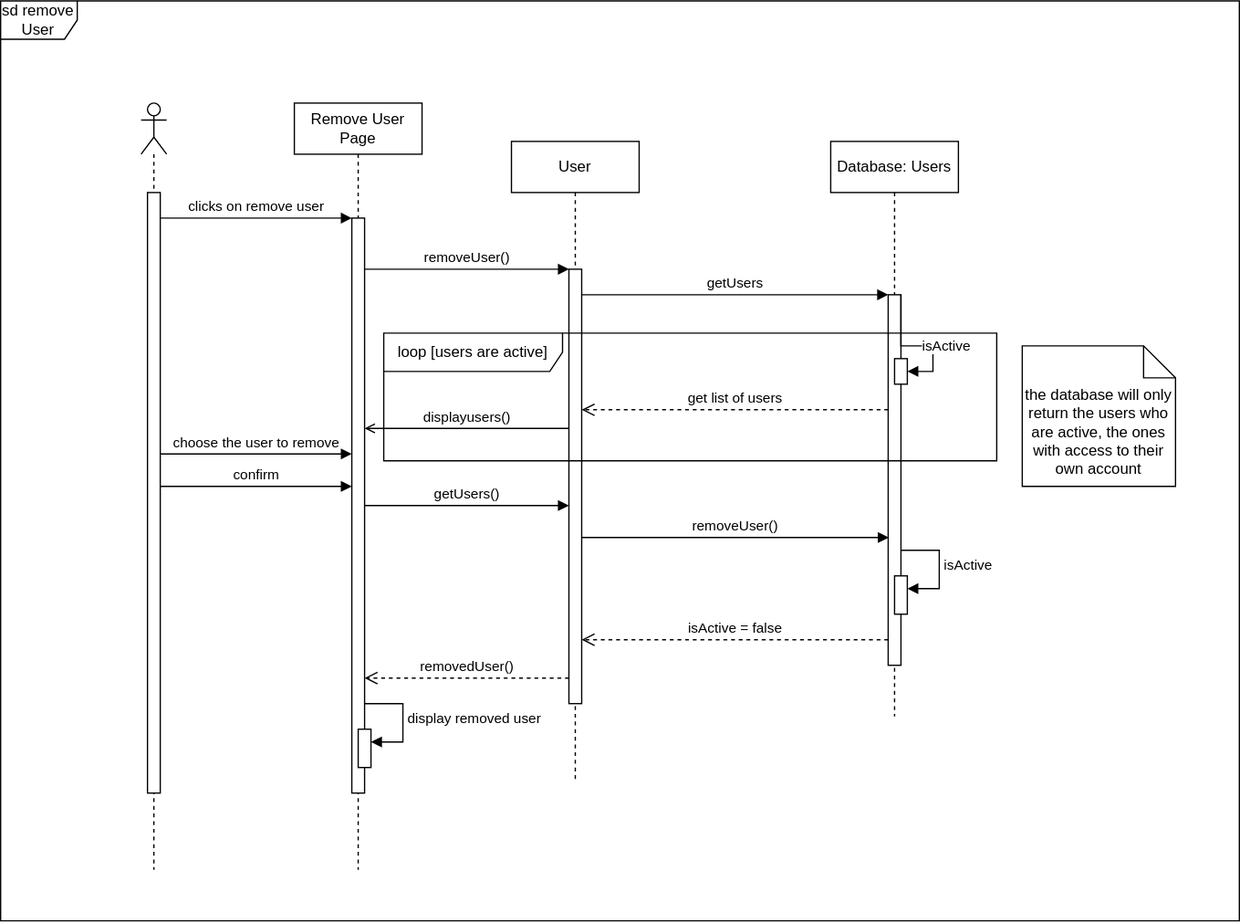
Earlier version of the draw.io export Deliverable 3/RemoveUserUser.drawio.svg (JuicyJ4Y0/Team17Deliverables). Source tidied: cells renumbered, new cells last; positions are measured from the earlier drawing's top-left corner, leaving out a move shared by most shapes.
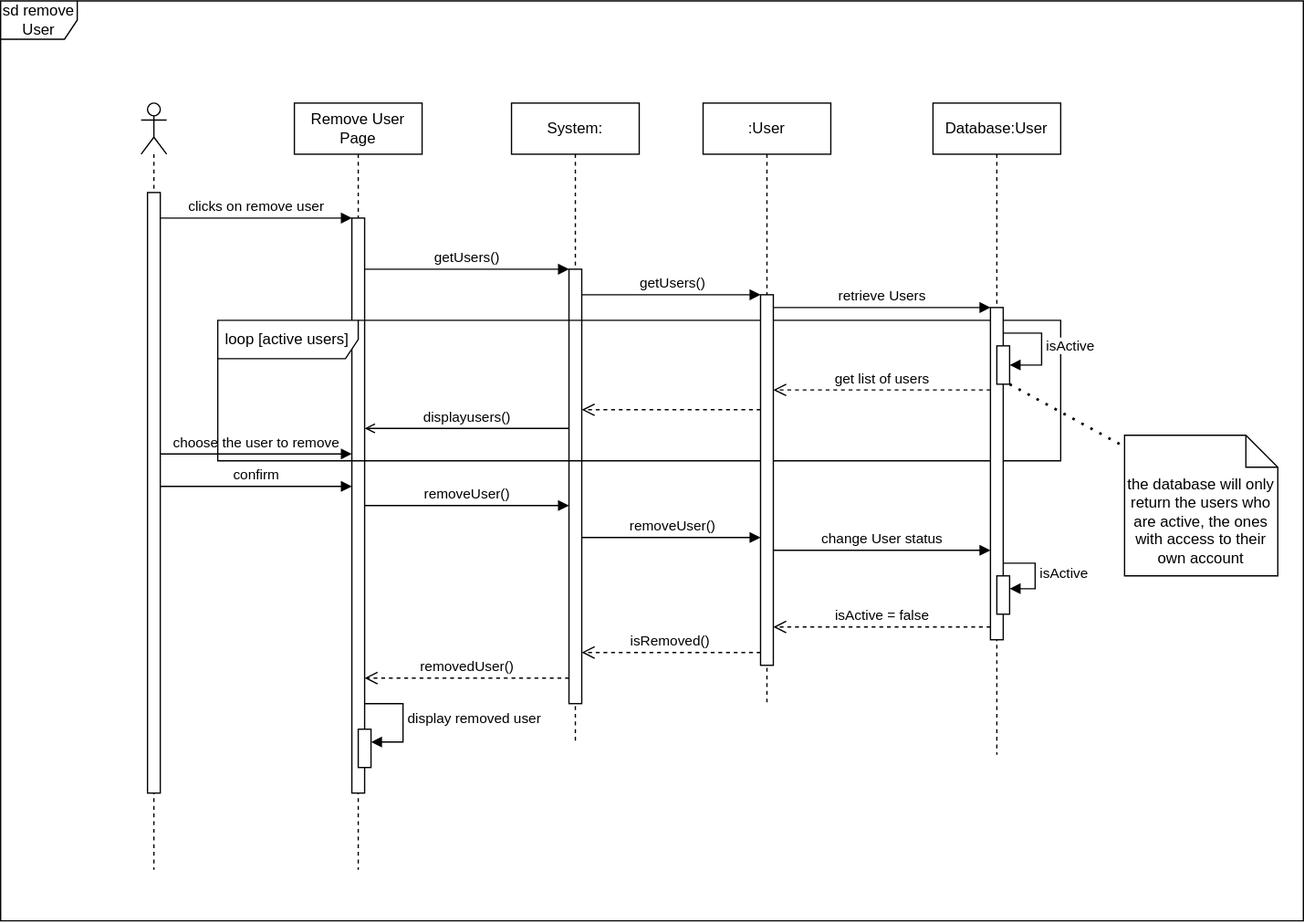
The same diagram one commit later.

Commit message:
added the system object and fixed

Change to the diagram source:
```diff
@@ -14,64 +14,34 @@
     <mxCell id="5" style="html=1;points=[[0,0,0,0,5],[0,1,0,0,-5],[1,0,0,0,5],[1,1,0,0,-5]];perimeter=orthogonalPerimeter;outlineConnect=0;targetShapes=umlLifeline;portConstraint=eastwest;newEdgeStyle={&quot;curved&quot;:0,&quot;rounded&quot;:0};" parent="4" vertex="1">
       <mxGeometry x="45" y="90" width="10" height="450" as="geometry" />
     </mxCell>
-    <mxCell id="6" value="User" style="shape=umlLifeline;perimeter=lifelinePerimeter;whiteSpace=wrap;html=1;newEdgeStyle={&quot;curved&quot;:0,&quot;rounded&quot;:0};" parent="1" vertex="1">
-      <mxGeometry x="400" y="110" width="100" height="500" as="geometry" />
+    <mxCell id="6" value="System:" style="shape=umlLifeline;perimeter=lifelinePerimeter;whiteSpace=wrap;html=1;newEdgeStyle={&quot;curved&quot;:0,&quot;rounded&quot;:0};" parent="1" vertex="1">
+      <mxGeometry x="400" y="80" width="100" height="500" as="geometry" />
     </mxCell>
     <mxCell id="7" style="html=1;points=[[0,0,0,0,5],[0,1,0,0,-5],[1,0,0,0,5],[1,1,0,0,-5]];perimeter=orthogonalPerimeter;outlineConnect=0;targetShapes=umlLifeline;portConstraint=eastwest;newEdgeStyle={&quot;curved&quot;:0,&quot;rounded&quot;:0};" parent="6" vertex="1">
-      <mxGeometry x="45" y="100" width="10" height="340" as="geometry" />
+      <mxGeometry x="45" y="130" width="10" height="340" as="geometry" />
     </mxCell>
-    <mxCell id="8" value="Database: Users" style="shape=umlLifeline;perimeter=lifelinePerimeter;whiteSpace=wrap;html=1;newEdgeStyle={&quot;curved&quot;:0,&quot;rounded&quot;:0};" parent="1" vertex="1">
-      <mxGeometry x="650" y="110" width="100" height="450" as="geometry" />
-    </mxCell>
-    <mxCell id="9" style="html=1;points=[[0,0,0,0,5],[0,1,0,0,-5],[1,0,0,0,5],[1,1,0,0,-5]];perimeter=orthogonalPerimeter;outlineConnect=0;targetShapes=umlLifeline;portConstraint=eastwest;newEdgeStyle={&quot;curved&quot;:0,&quot;rounded&quot;:0};" parent="8" vertex="1">
-      <mxGeometry x="45" y="120" width="10" height="290" as="geometry" />
-    </mxCell>
-    <mxCell id="10" style="html=1;points=[[0,0,0,0,5],[0,1,0,0,-5],[1,0,0,0,5],[1,1,0,0,-5]];perimeter=orthogonalPerimeter;outlineConnect=0;targetShapes=umlLifeline;portConstraint=eastwest;newEdgeStyle={&quot;curved&quot;:0,&quot;rounded&quot;:0};" parent="8" vertex="1">
-      <mxGeometry x="50" y="170" width="10" height="20" as="geometry" />
-    </mxCell>
-    <mxCell id="11" value="isActive" style="html=1;align=left;spacingLeft=2;endArrow=block;rounded=0;edgeStyle=orthogonalEdgeStyle;curved=0;rounded=0;exitX=1;exitY=0;exitDx=0;exitDy=0;exitPerimeter=0;" parent="8" edge="1" source="9" target="10">
-      <mxGeometry relative="1" as="geometry">
-        <Array as="points">
-          <mxPoint x="55" y="160" />
-          <mxPoint x="80" y="160" />
-          <mxPoint x="80" y="180" />
-        </Array>
-      </mxGeometry>
-    </mxCell>
-    <mxCell id="12" style="html=1;points=[[0,0,0,0,5],[0,1,0,0,-5],[1,0,0,0,5],[1,1,0,0,-5]];perimeter=orthogonalPerimeter;outlineConnect=0;targetShapes=umlLifeline;portConstraint=eastwest;newEdgeStyle={&quot;curved&quot;:0,&quot;rounded&quot;:0};" parent="8" vertex="1">
-      <mxGeometry x="50" y="340" width="10" height="30" as="geometry" />
-    </mxCell>
-    <mxCell id="13" value="isActive" style="html=1;align=left;spacingLeft=2;endArrow=block;rounded=0;edgeStyle=orthogonalEdgeStyle;curved=0;rounded=0;" parent="8" edge="1" target="12">
-      <mxGeometry relative="1" as="geometry">
-        <mxPoint x="55" y="320" as="sourcePoint" />
-        <Array as="points">
-          <mxPoint x="85" y="350" />
-        </Array>
-      </mxGeometry>
-    </mxCell>
     <mxCell id="14" value="clicks on remove user" style="html=1;verticalAlign=bottom;endArrow=block;curved=0;rounded=0;" parent="1" edge="1">
       <mxGeometry relative="1" as="geometry">
         <mxPoint x="125" y="170" as="sourcePoint" />
         <mxPoint x="275" y="170" as="targetPoint" />
       </mxGeometry>
     </mxCell>
-    <mxCell id="15" value="getUsers()" style="html=1;verticalAlign=bottom;endArrow=block;curved=0;rounded=0;" parent="1" edge="1" source="5" target="7">
+    <mxCell id="15" value="removeUser()" style="html=1;verticalAlign=bottom;endArrow=block;curved=0;rounded=0;" parent="1" edge="1" source="5" target="7">
       <mxGeometry relative="1" as="geometry" />
     </mxCell>
-    <mxCell id="16" value="getUsers" style="html=1;verticalAlign=bottom;endArrow=block;curved=0;rounded=0;" parent="1" edge="1">
+    <mxCell id="16" value="getUsers()" style="html=1;verticalAlign=bottom;endArrow=block;curved=0;rounded=0;" parent="1" edge="1" target="32">
       <mxGeometry relative="1" as="geometry">
         <mxPoint x="455" y="230" as="sourcePoint" />
-        <mxPoint x="695" y="230" as="targetPoint" />
       </mxGeometry>
     </mxCell>
     <mxCell id="17" value="get list of users" style="html=1;verticalAlign=bottom;endArrow=open;dashed=1;endSize=8;curved=0;rounded=0;" parent="1" edge="1">
       <mxGeometry relative="1" as="geometry">
-        <mxPoint x="695" y="320" as="sourcePoint" />
-        <mxPoint x="455" y="320" as="targetPoint" />
+        <mxPoint x="775" y="304.5" as="sourcePoint" />
+        <mxPoint x="605" y="304.5" as="targetPoint" />
       </mxGeometry>
     </mxCell>
     <mxCell id="18" value="sd remove User" style="shape=umlFrame;whiteSpace=wrap;html=1;" parent="1" vertex="1">
-      <mxGeometry width="970" height="720" as="geometry" />
+      <mxGeometry width="1020" height="720" as="geometry" />
     </mxCell>
     <mxCell id="19" value="displayusers()" style="html=1;verticalAlign=bottom;labelBackgroundColor=none;endArrow=open;endFill=0;rounded=0;" parent="1" edge="1">
       <mxGeometry relative="1" as="geometry">
@@ -90,27 +60,26 @@
         <mxPoint x="275" y="380" as="targetPoint" />
       </mxGeometry>
     </mxCell>
-    <mxCell id="22" value="removeUser()" style="html=1;verticalAlign=bottom;endArrow=block;curved=0;rounded=0;" parent="1" edge="1" source="5">
+    <mxCell id="22" value="getUsers()" style="html=1;verticalAlign=bottom;endArrow=block;curved=0;rounded=0;" parent="1" edge="1" source="5">
       <mxGeometry relative="1" as="geometry">
         <mxPoint x="445" y="210" as="targetPoint" />
       </mxGeometry>
     </mxCell>
-    <mxCell id="23" value="removeUser()" style="html=1;verticalAlign=bottom;endArrow=block;curved=0;rounded=0;entryX=0.048;entryY=0.843;entryDx=0;entryDy=0;entryPerimeter=0;" parent="1" edge="1">
+    <mxCell id="23" value="removeUser()" style="html=1;verticalAlign=bottom;endArrow=block;curved=0;rounded=0;" parent="1" edge="1" target="32">
       <mxGeometry relative="1" as="geometry">
         <mxPoint x="455" y="420" as="sourcePoint" />
-        <mxPoint x="695.5" y="420" as="targetPoint" />
       </mxGeometry>
     </mxCell>
     <mxCell id="24" value="the database will only return the users who are active, the ones with access to their own account" style="shape=note2;boundedLbl=1;whiteSpace=wrap;html=1;size=25;verticalAlign=top;align=center;" parent="1" vertex="1">
-      <mxGeometry x="800" y="270" width="120" height="110" as="geometry" />
+      <mxGeometry x="880" y="340" width="120" height="110" as="geometry" />
     </mxCell>
-    <mxCell id="25" value="loop&lt;span style=&quot;background-color: transparent; color: light-dark(rgb(0, 0, 0), rgb(255, 255, 255));&quot;&gt;&amp;nbsp;[users are active]&lt;/span&gt;" style="shape=umlFrame;whiteSpace=wrap;html=1;width=140;height=30;" parent="1" vertex="1">
-      <mxGeometry x="300" y="260" width="480" height="100" as="geometry" />
+    <mxCell id="25" value="loop&lt;span style=&quot;background-color: transparent; color: light-dark(rgb(0, 0, 0), rgb(255, 255, 255));&quot;&gt;&amp;nbsp;[active users]&lt;/span&gt;" style="shape=umlFrame;whiteSpace=wrap;html=1;width=110;height=30;" parent="1" vertex="1">
+      <mxGeometry x="170" y="250" width="660" height="110" as="geometry" />
     </mxCell>
     <mxCell id="26" value="isActive = false" style="html=1;verticalAlign=bottom;endArrow=open;dashed=1;endSize=8;curved=0;rounded=0;" parent="1" edge="1">
       <mxGeometry relative="1" as="geometry">
-        <mxPoint x="695" y="500" as="sourcePoint" />
-        <mxPoint x="455" y="500" as="targetPoint" />
+        <mxPoint x="775" y="490" as="sourcePoint" />
+        <mxPoint x="605" y="490" as="targetPoint" />
       </mxGeometry>
     </mxCell>
     <mxCell id="27" value="removedUser()" style="html=1;verticalAlign=bottom;endArrow=open;dashed=1;endSize=8;curved=0;rounded=0;" parent="1" edge="1">
@@ -130,5 +99,64 @@
         </Array>
       </mxGeometry>
     </mxCell>
+    <mxCell id="30" style="endArrow=none;dashed=1;html=1;dashPattern=1 3;strokeWidth=2;rounded=0;entryX=-0.002;entryY=0.08;entryDx=0;entryDy=0;entryPerimeter=0;" parent="1" edge="1" source="35" target="24">
+      <mxGeometry relative="1" as="geometry" />
+    </mxCell>
+    <mxCell id="31" value=":User" style="shape=umlLifeline;perimeter=lifelinePerimeter;whiteSpace=wrap;html=1;newEdgeStyle={&quot;curved&quot;:0,&quot;rounded&quot;:0};" parent="1" vertex="1">
+      <mxGeometry x="550" y="80" width="100" height="470" as="geometry" />
+    </mxCell>
+    <mxCell id="32" style="html=1;points=[[0,0,0,0,5],[0,1,0,0,-5],[1,0,0,0,5],[1,1,0,0,-5]];perimeter=orthogonalPerimeter;outlineConnect=0;targetShapes=umlLifeline;portConstraint=eastwest;newEdgeStyle={&quot;curved&quot;:0,&quot;rounded&quot;:0};" parent="31" vertex="1">
+      <mxGeometry x="45" y="150" width="10" height="290" as="geometry" />
+    </mxCell>
+    <mxCell id="33" value="retrieve Users" style="html=1;verticalAlign=bottom;endArrow=block;curved=0;rounded=0;" parent="1" edge="1" target="9">
+      <mxGeometry relative="1" as="geometry">
+        <mxPoint x="605" y="240" as="sourcePoint" />
+      </mxGeometry>
+    </mxCell>
+    <mxCell id="34" value="Database:User" style="shape=umlLifeline;perimeter=lifelinePerimeter;whiteSpace=wrap;html=1;newEdgeStyle={&quot;curved&quot;:0,&quot;rounded&quot;:0};" parent="1" vertex="1">
+      <mxGeometry x="730" y="80" width="100" height="510" as="geometry" />
+    </mxCell>
+    <mxCell id="9" style="html=1;points=[[0,0,0,0,5],[0,1,0,0,-5],[1,0,0,0,5],[1,1,0,0,-5]];perimeter=orthogonalPerimeter;outlineConnect=0;targetShapes=umlLifeline;portConstraint=eastwest;newEdgeStyle={&quot;curved&quot;:0,&quot;rounded&quot;:0};" parent="34" vertex="1">
+      <mxGeometry x="45" y="160" width="10" height="260" as="geometry" />
+    </mxCell>
+    <mxCell id="12" style="html=1;points=[[0,0,0,0,5],[0,1,0,0,-5],[1,0,0,0,5],[1,1,0,0,-5]];perimeter=orthogonalPerimeter;outlineConnect=0;targetShapes=umlLifeline;portConstraint=eastwest;newEdgeStyle={&quot;curved&quot;:0,&quot;rounded&quot;:0};" parent="34" vertex="1">
+      <mxGeometry x="50" y="370" width="10" height="30" as="geometry" />
+    </mxCell>
+    <mxCell id="13" value="isActive" style="html=1;align=left;spacingLeft=2;endArrow=block;rounded=0;edgeStyle=orthogonalEdgeStyle;curved=0;rounded=0;" parent="34" edge="1" source="9" target="12">
+      <mxGeometry relative="1" as="geometry">
+        <Array as="points">
+          <mxPoint x="80" y="360" />
+          <mxPoint x="80" y="380" />
+        </Array>
+      </mxGeometry>
+    </mxCell>
+    <mxCell id="35" style="html=1;points=[[0,0,0,0,5],[0,1,0,0,-5],[1,0,0,0,5],[1,1,0,0,-5]];perimeter=orthogonalPerimeter;outlineConnect=0;targetShapes=umlLifeline;portConstraint=eastwest;newEdgeStyle={&quot;curved&quot;:0,&quot;rounded&quot;:0};" parent="34" vertex="1">
+      <mxGeometry x="50" y="190" width="10" height="30" as="geometry" />
+    </mxCell>
+    <mxCell id="11" value="isActive" style="html=1;align=left;spacingLeft=2;endArrow=block;rounded=0;edgeStyle=orthogonalEdgeStyle;curved=0;rounded=0;" parent="34" edge="1" source="9" target="35">
+      <mxGeometry relative="1" as="geometry">
+        <Array as="points">
+          <mxPoint x="85" y="180" />
+          <mxPoint x="85" y="205" />
+        </Array>
+      </mxGeometry>
+    </mxCell>
+    <mxCell id="36" style="html=1;verticalAlign=bottom;endArrow=open;dashed=1;endSize=8;curved=0;rounded=0;" parent="1" edge="1">
+      <mxGeometry relative="1" as="geometry">
+        <mxPoint x="595" y="320" as="sourcePoint" />
+        <mxPoint x="455" y="320" as="targetPoint" />
+      </mxGeometry>
+    </mxCell>
+    <mxCell id="37" value="change User status" style="html=1;verticalAlign=bottom;endArrow=block;curved=0;rounded=0;" parent="1" edge="1" target="9">
+      <mxGeometry relative="1" as="geometry">
+        <mxPoint x="605" y="430" as="sourcePoint" />
+      </mxGeometry>
+    </mxCell>
+    <mxCell id="38" value="isRemoved()" style="html=1;verticalAlign=bottom;endArrow=open;dashed=1;endSize=8;curved=0;rounded=0;" parent="1" edge="1">
+      <mxGeometry relative="1" as="geometry">
+        <mxPoint x="595" y="510" as="sourcePoint" />
+        <mxPoint x="455" y="510" as="targetPoint" />
+      </mxGeometry>
+    </mxCell>
   </root>
 </mxGraphModel>
```
